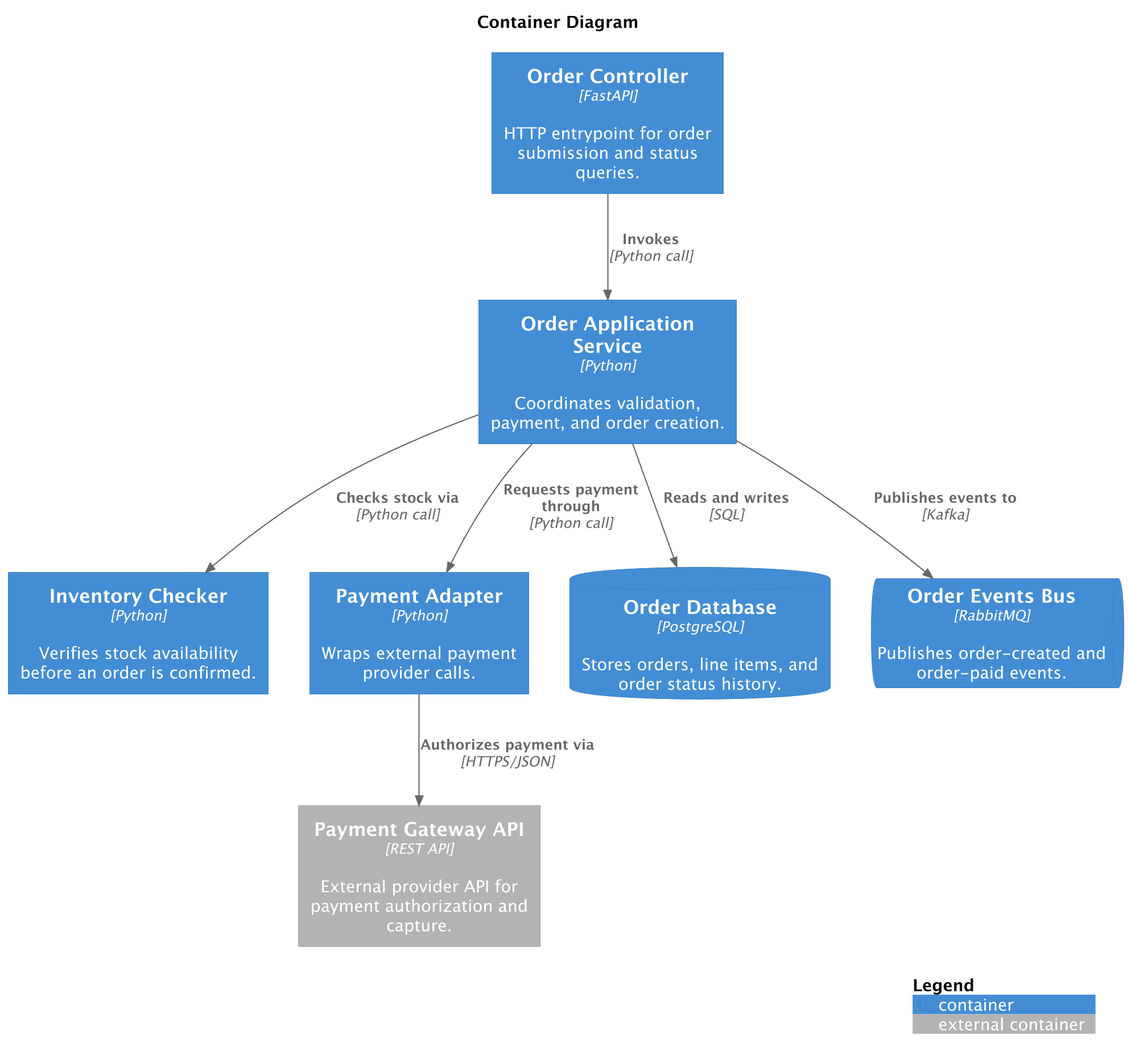
The PlantUML diagram docs/assets/converters/docker-compose-diagram.png in 0x4e3/c4-diagrams, before a commit.
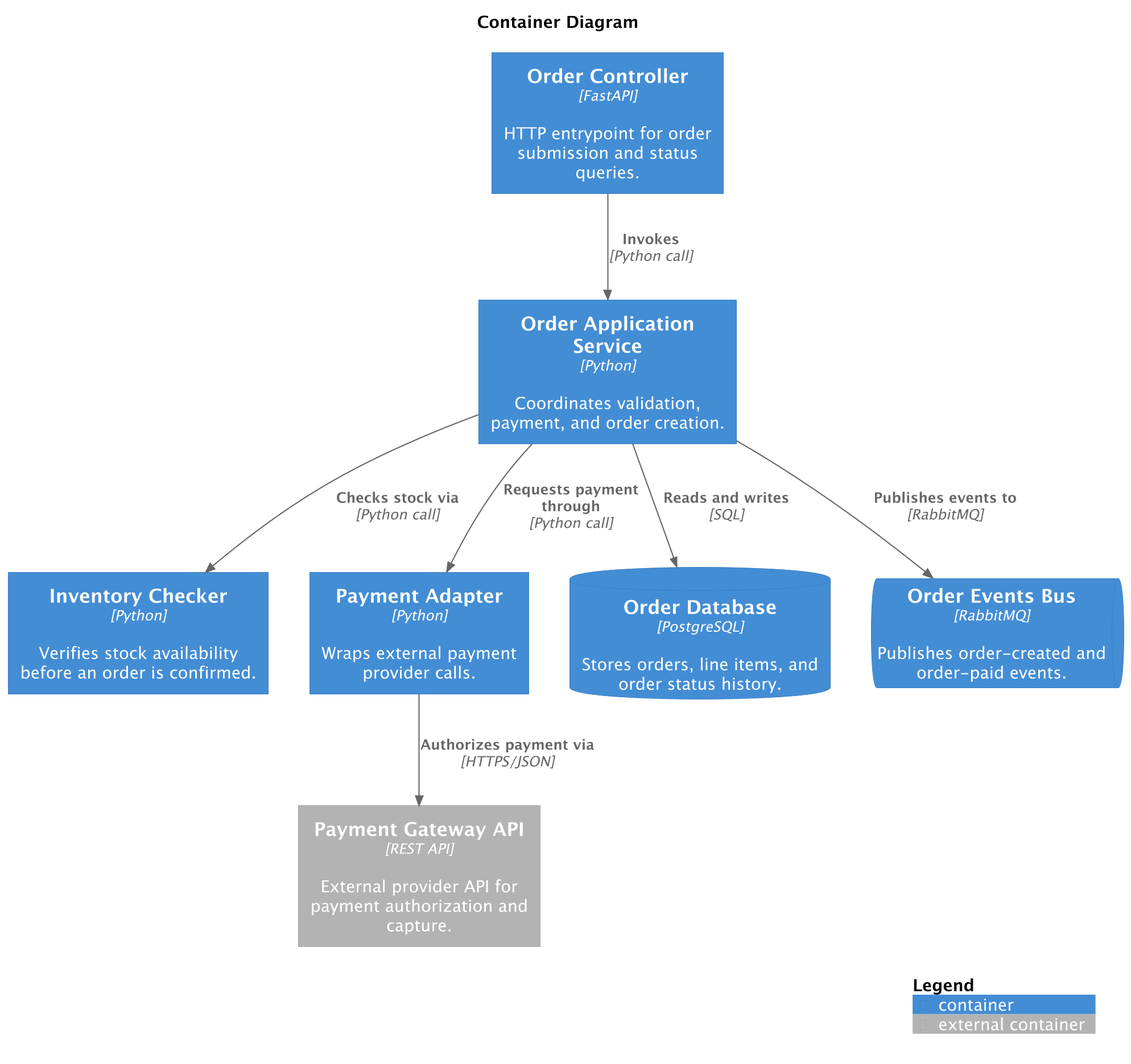
After the commit.

What changed in the source:
```diff
@@ -26,7 +26,7 @@
 Rel(order_app_service, inventory_checker, "Checks stock via", "Python call", $tags="SyncCall")
 Rel(order_app_service, payment_adapter, "Requests payment through", "Python call", $tags="SyncCall")
 Rel(order_app_service, order_db, "Reads and writes", "SQL", $tags="DataAccess")
-Rel(order_app_service, order_events_bus, "Publishes events to", "Kafka", $tags="AsyncFlow")
+Rel(order_app_service, order_events_bus, "Publishes events to", "RabbitMQ", $tags="AsyncFlow")
 Rel(payment_adapter, payment_gateway_api, "Authorizes payment via", "HTTPS/JSON", $tags="ExternalCall")
 
 SHOW_LEGEND($hideStereotype="true", $details=Normal())
```
